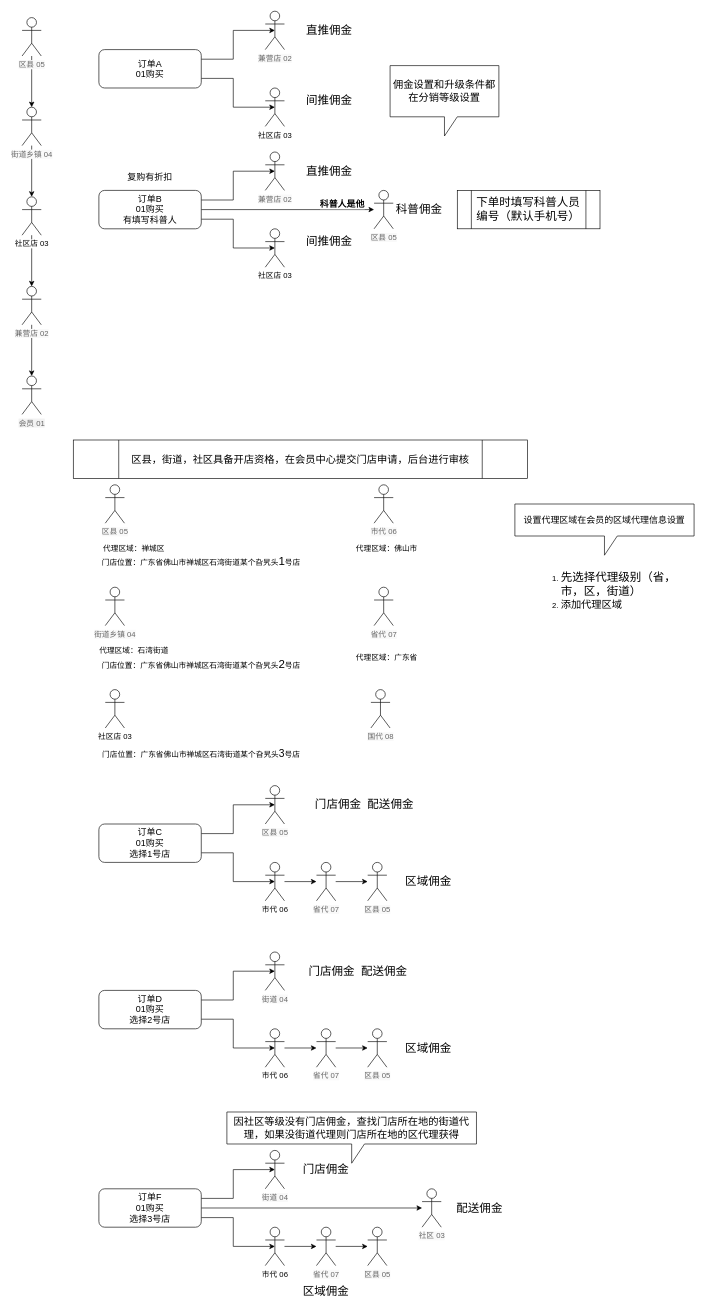
The draw.io diagram Untitled Diagram.drawio in Cathzql/QQZ, before the edit. Source tidied: cells renumbered, new cells numbered last; positions are measured from the earlier drawing's top-left corner, leaving out a move shared by most shapes. Both pictures are drawn from the tidied source at 64%, with x=0, y=0 at pixel (22, 11).
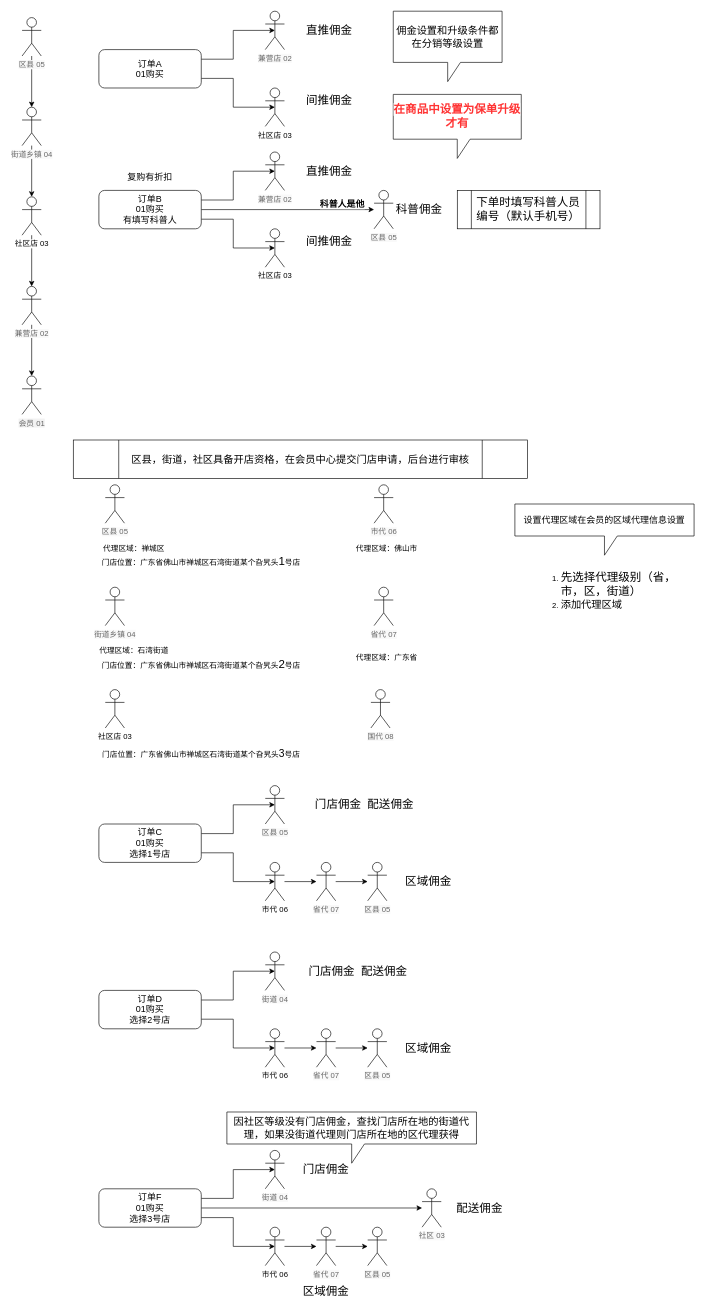
Above is the later version.

What changed in the source:
```diff
@@
     <mxCell id="37" value="&lt;font size=&quot;3&quot;&gt;佣金设置和升级条件都在分销等级设置&lt;/font&gt;" style="shape=callout;whiteSpace=wrap;html=1;perimeter=calloutPerimeter;" parent="1" vertex="1">
-      <mxGeometry x="575" y="85" width="170" height="110" as="geometry" />
+      <mxGeometry x="580" width="170" height="110" as="geometry" />
     </mxCell>
@@
+    <mxCell id="85" value="&lt;font style=&quot;font-size: 18px&quot; color=&quot;#ff3333&quot;&gt;&lt;b style=&quot;background-color: rgb(255 , 255 , 255)&quot;&gt;在商品中设置为保单升级才有&lt;/b&gt;&lt;/font&gt;" style="shape=callout;whiteSpace=wrap;html=1;perimeter=calloutPerimeter;" parent="1" vertex="1">
+      <mxGeometry x="580" y="130" width="200" height="100" as="geometry" />
+    </mxCell>
```
